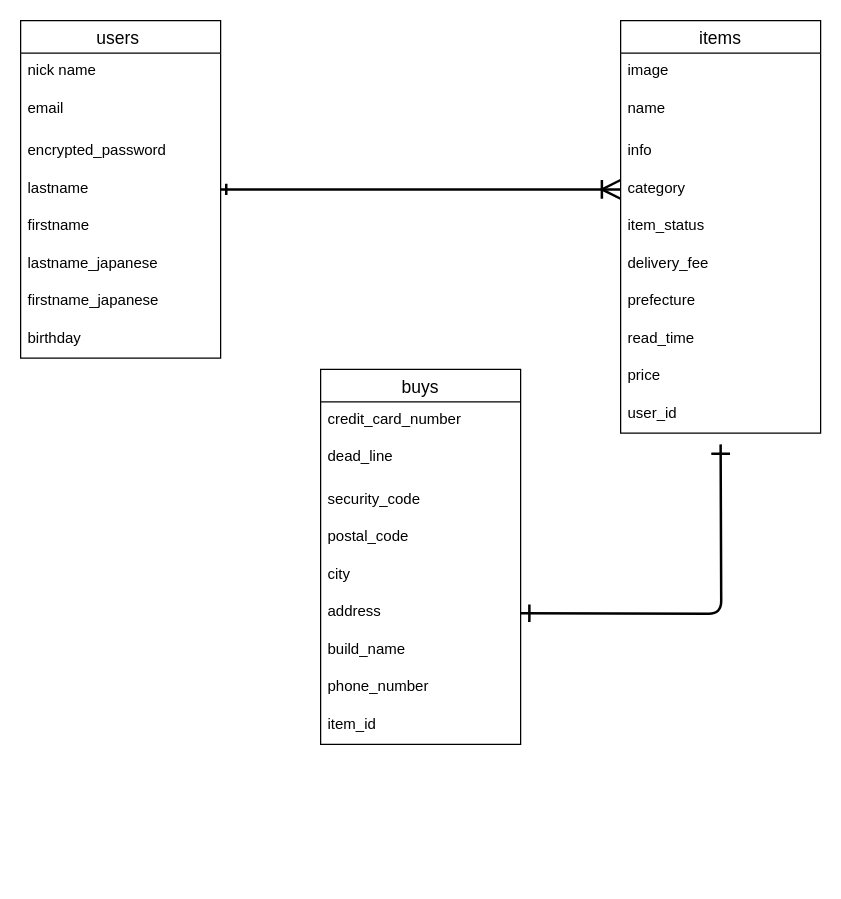
This is ER .dio from saikinkatenai95/furima-36169, a draw.io file, before an edit. Source tidied: cells renumbered, new cells numbered last; positions are measured from the earlier drawing's top-left corner, leaving out a move shared by most shapes. Both pictures are drawn from the tidied source at 125%, with x=0, y=0 at pixel (20, 20).
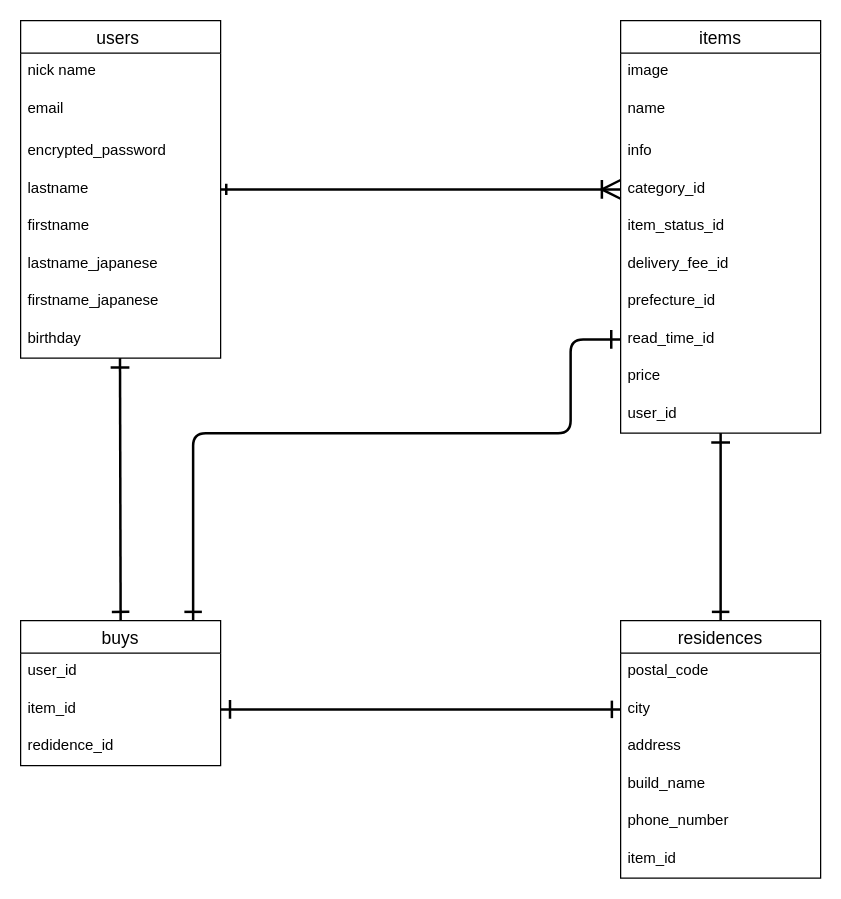
The same page after the edit.

Commit message (it also covers changes not shown here):
カラム名と入力規則の修正

The change refers to these unchanged cells:
```xml
<mxCell id="11" value="items" style="swimlane;fontStyle=0;horizontal=1;startSize=26;align=center;fontSize=14;" parent="1" vertex="1">
  <mxGeometry x="480" width="160" height="330" as="geometry" />
</mxCell>
```

The edit, as a diff of the source:
```diff
@@
-    <mxCell id="15" value="category" style="text;strokeColor=none;fillColor=none;spacingLeft=4;spacingRight=4;overflow=hidden;points=[[0,0.5],[1,0.5]];portConstraint=eastwest;fontSize=12;" parent="11" vertex="1">
+    <mxCell id="15" value="category_id" style="text;strokeColor=none;fillColor=none;spacingLeft=4;spacingRight=4;overflow=hidden;points=[[0,0.5],[1,0.5]];portConstraint=eastwest;fontSize=12;" parent="11" vertex="1">
       <mxGeometry y="120" width="160" height="30" as="geometry" />
     </mxCell>
-    <mxCell id="16" value="item_status" style="text;strokeColor=none;fillColor=none;spacingLeft=4;spacingRight=4;overflow=hidden;fontSize=12;" parent="11" vertex="1">
+    <mxCell id="16" value="item_status_id" style="text;strokeColor=none;fillColor=none;spacingLeft=4;spacingRight=4;overflow=hidden;fontSize=12;" parent="11" vertex="1">
       <mxGeometry y="150" width="160" height="30" as="geometry" />
     </mxCell>
-    <mxCell id="17" value="delivery_fee" style="text;strokeColor=none;fillColor=none;spacingLeft=4;spacingRight=4;overflow=hidden;fontSize=12;" parent="11" vertex="1">
+    <mxCell id="17" value="delivery_fee_id" style="text;strokeColor=none;fillColor=none;spacingLeft=4;spacingRight=4;overflow=hidden;fontSize=12;" parent="11" vertex="1">
       <mxGeometry y="180" width="160" height="30" as="geometry" />
     </mxCell>
-    <mxCell id="18" value="prefecture" style="text;strokeColor=none;fillColor=none;spacingLeft=4;spacingRight=4;overflow=hidden;fontSize=12;" parent="11" vertex="1">
+    <mxCell id="18" value="prefecture_id" style="text;strokeColor=none;fillColor=none;spacingLeft=4;spacingRight=4;overflow=hidden;fontSize=12;" parent="11" vertex="1">
       <mxGeometry y="210" width="160" height="30" as="geometry" />
     </mxCell>
-    <mxCell id="19" value="read_time" style="text;strokeColor=none;fillColor=none;spacingLeft=4;spacingRight=4;overflow=hidden;points=[[0,0.5],[1,0.5]];portConstraint=eastwest;fontSize=12;" parent="11" vertex="1">
+    <mxCell id="19" value="read_time_id" style="text;strokeColor=none;fillColor=none;spacingLeft=4;spacingRight=4;overflow=hidden;points=[[0,0.5],[1,0.5]];portConstraint=eastwest;fontSize=12;" parent="11" vertex="1">
       <mxGeometry y="240" width="160" height="30" as="geometry" />
     </mxCell>
@@
-    <mxCell id="22" value="buys" style="swimlane;fontStyle=0;horizontal=1;startSize=26;align=center;fontSize=14;" parent="1" vertex="1">
-      <mxGeometry x="240" y="279" width="160" height="300" as="geometry" />
+    <mxCell id="22" value="residences" style="swimlane;fontStyle=0;horizontal=1;startSize=26;align=center;fontSize=14;" parent="1" vertex="1">
+      <mxGeometry x="480" y="480" width="160" height="206" as="geometry" />
     </mxCell>
-    <mxCell id="23" value="credit_card_number" style="text;strokeColor=none;fillColor=none;spacingLeft=4;spacingRight=4;overflow=hidden;fontSize=12;" parent="22" vertex="1">
-      <mxGeometry y="26" width="160" height="30" as="geometry" />
-    </mxCell>
-    <mxCell id="24" value="dead_line" style="text;strokeColor=none;fillColor=none;spacingLeft=4;spacingRight=4;overflow=hidden;fontSize=12;" parent="22" vertex="1">
-      <mxGeometry y="56" width="160" height="34" as="geometry" />
-    </mxCell>
-    <mxCell id="25" value="security_code" style="text;strokeColor=none;fillColor=none;spacingLeft=4;spacingRight=4;overflow=hidden;fontSize=12;" parent="22" vertex="1">
-      <mxGeometry y="90" width="160" height="30" as="geometry" />
-    </mxCell>
     <mxCell id="26" value="postal_code" style="text;strokeColor=none;fillColor=none;spacingLeft=4;spacingRight=4;overflow=hidden;fontSize=12;" parent="22" vertex="1">
-      <mxGeometry y="120" width="160" height="30" as="geometry" />
+      <mxGeometry y="26" width="160" height="30" as="geometry" />
     </mxCell>
     <mxCell id="27" value="city" style="text;strokeColor=none;fillColor=none;spacingLeft=4;spacingRight=4;overflow=hidden;points=[[0,0.5],[1,0.5]];portConstraint=eastwest;fontSize=12;" parent="22" vertex="1">
-      <mxGeometry y="150" width="160" height="30" as="geometry" />
+      <mxGeometry y="56" width="160" height="30" as="geometry" />
     </mxCell>
     <mxCell id="28" value="address" style="text;strokeColor=none;fillColor=none;spacingLeft=4;spacingRight=4;overflow=hidden;fontSize=12;" parent="22" vertex="1">
-      <mxGeometry y="180" width="160" height="30" as="geometry" />
+      <mxGeometry y="86" width="160" height="30" as="geometry" />
     </mxCell>
     <mxCell id="29" value="build_name" style="text;strokeColor=none;fillColor=none;spacingLeft=4;spacingRight=4;overflow=hidden;fontSize=12;" parent="22" vertex="1">
-      <mxGeometry y="210" width="160" height="30" as="geometry" />
+      <mxGeometry y="116" width="160" height="30" as="geometry" />
     </mxCell>
     <mxCell id="30" value="phone_number" style="text;strokeColor=none;fillColor=none;spacingLeft=4;spacingRight=4;overflow=hidden;fontSize=12;" parent="22" vertex="1">
-      <mxGeometry y="240" width="160" height="30" as="geometry" />
+      <mxGeometry y="146" width="160" height="30" as="geometry" />
     </mxCell>
     <mxCell id="31" value="item_id" style="text;strokeColor=none;fillColor=none;spacingLeft=4;spacingRight=4;overflow=hidden;fontSize=12;" parent="22" vertex="1">
-      <mxGeometry y="270" width="160" height="30" as="geometry" />
+      <mxGeometry y="176" width="160" height="30" as="geometry" />
     </mxCell>
@@
     <mxCell id="33" style="edgeStyle=orthogonalEdgeStyle;fontSize=12;html=1;endArrow=ERone;startArrow=ERone;startSize=11;endSize=12;targetPerimeterSpacing=0;strokeWidth=2;startFill=0;endFill=0;" parent="1" edge="1">
       <mxGeometry relative="1" as="geometry">
-        <mxPoint x="400" y="474" as="sourcePoint" />
-        <mxPoint x="560" y="339" as="targetPoint" />
+        <mxPoint x="560" y="480" as="sourcePoint" />
+        <mxPoint x="560" y="330" as="targetPoint" />
       </mxGeometry>
     </mxCell>
+    <mxCell id="34" value="buys" style="swimlane;fontStyle=0;horizontal=1;startSize=26;align=center;fontSize=14;" parent="1" vertex="1">
+      <mxGeometry y="480" width="160" height="116" as="geometry" />
+    </mxCell>
+    <mxCell id="35" value="user_id" style="text;strokeColor=none;fillColor=none;spacingLeft=4;spacingRight=4;overflow=hidden;fontSize=12;" parent="34" vertex="1">
+      <mxGeometry y="26" width="160" height="30" as="geometry" />
+    </mxCell>
+    <mxCell id="36" value="item_id" style="text;strokeColor=none;fillColor=none;spacingLeft=4;spacingRight=4;overflow=hidden;points=[[0,0.5],[1,0.5]];portConstraint=eastwest;fontSize=12;" parent="34" vertex="1">
+      <mxGeometry y="56" width="160" height="30" as="geometry" />
+    </mxCell>
+    <mxCell id="37" value="redidence_id" style="text;strokeColor=none;fillColor=none;spacingLeft=4;spacingRight=4;overflow=hidden;fontSize=12;" parent="34" vertex="1">
+      <mxGeometry y="86" width="160" height="30" as="geometry" />
+    </mxCell>
+    <mxCell id="38" style="edgeStyle=orthogonalEdgeStyle;fontSize=12;html=1;endArrow=ERone;startArrow=ERone;startSize=11;endSize=12;targetPerimeterSpacing=0;strokeWidth=2;startFill=0;endFill=0;exitX=0;exitY=0.5;exitDx=0;exitDy=0;entryX=1;entryY=0.5;entryDx=0;entryDy=0;" parent="1" edge="1" source="27" target="36">
+      <mxGeometry relative="1" as="geometry" />
+    </mxCell>
+    <mxCell id="39" style="edgeStyle=orthogonalEdgeStyle;fontSize=12;html=1;endArrow=ERone;startArrow=ERone;startSize=11;endSize=12;targetPerimeterSpacing=0;strokeWidth=2;startFill=0;endFill=0;exitX=0.5;exitY=0;exitDx=0;exitDy=0;" parent="1" edge="1" source="34">
+      <mxGeometry relative="1" as="geometry">
+        <mxPoint x="79.5" y="270" as="targetPoint" />
+      </mxGeometry>
+    </mxCell>
+    <mxCell id="40" style="edgeStyle=orthogonalEdgeStyle;fontSize=12;html=1;endArrow=ERone;startArrow=ERone;startSize=11;endSize=12;targetPerimeterSpacing=0;strokeWidth=2;startFill=0;endFill=0;entryX=0;entryY=0.5;entryDx=0;entryDy=0;" parent="1" edge="1" target="19">
+      <mxGeometry relative="1" as="geometry">
+        <mxPoint x="138" y="480" as="sourcePoint" />
+        <Array as="points">
+          <mxPoint x="138" y="330" />
+          <mxPoint x="440" y="330" />
+          <mxPoint x="440" y="255" />
+        </Array>
+      </mxGeometry>
+    </mxCell>
```
